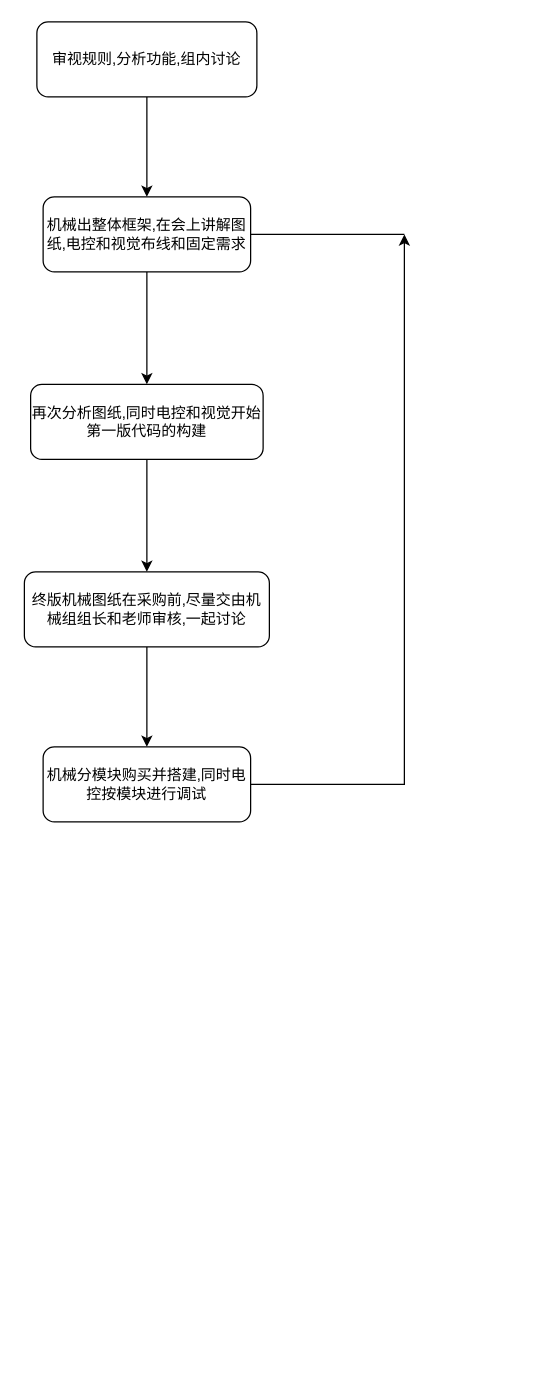
Above: 哨兵(左云台)/YAM-Sentry（无继电器）/user/哨兵设计流程.drawio in FFFcomewhere/RM_sentinel (draw.io), before the change. Source tidied: cells renumbered, new cells numbered last; positions are measured from the earlier drawing's top-left corner, leaving out a move shared by most shapes. Both pictures are drawn from the tidied source at 125%, with x=0, y=0 at pixel (24, 21).
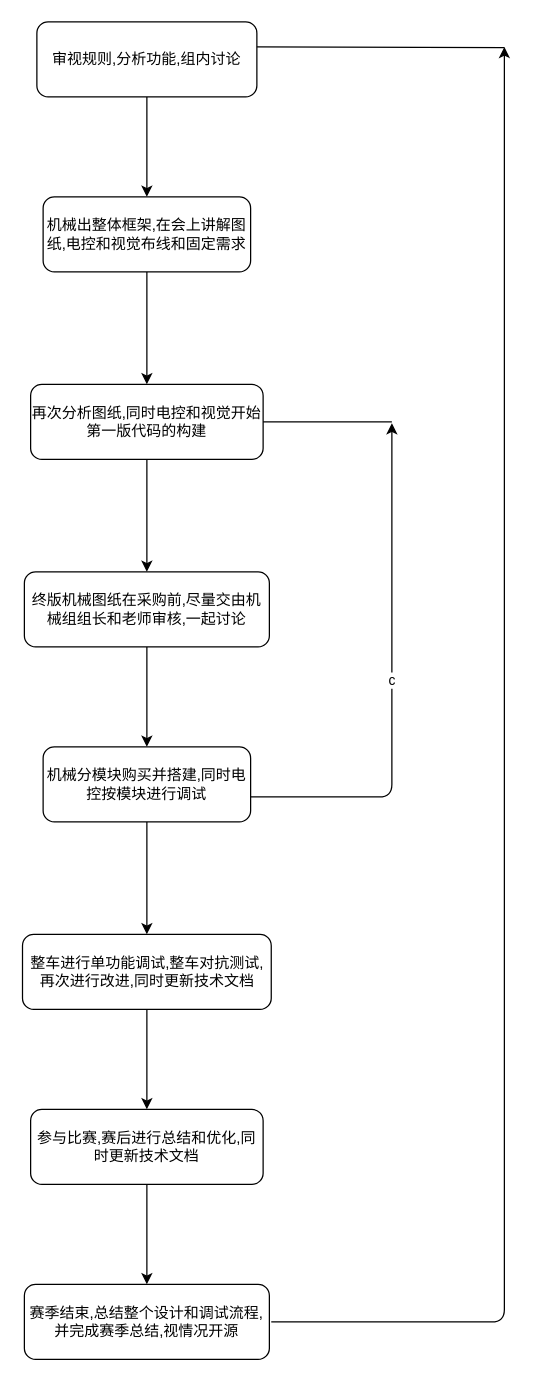
After the change.

Commit message (it also covers changes not shown here):
Update 哨兵设计流程.drawio

The change refers to these unchanged cells:
```xml
<mxCell id="9" value="机械分模块购买并搭建,同时电控按模块进行调试" style="whiteSpace=wrap;html=1;rounded=1;" parent="1" vertex="1">
  <mxGeometry x="15" y="580" width="166" height="60" as="geometry" />
</mxCell>
```

The edit, as a diff of the source:
```diff
@@
-    <mxCell id="8" style="edgeStyle=orthogonalEdgeStyle;rounded=0;jettySize=auto;html=1;" parent="1" edge="1" source="9">
-      <mxGeometry relative="1" as="geometry">
-        <mxPoint x="304" y="170" as="targetPoint" />
-        <Array as="points">
-          <mxPoint x="304" y="610" />
-        </Array>
-      </mxGeometry>
-    </mxCell>
+    <mxCell id="13" style="edgeStyle=orthogonalEdgeStyle;rounded=0;jettySize=auto;html=1;" parent="1" edge="1" source="9" target="17">
+      <mxGeometry relative="1" as="geometry" />
+    </mxCell>
@@
-    <mxCell id="12" style="endArrow=none;html=1;" parent="1" edge="1">
-      <mxGeometry relative="1" as="geometry">
-        <mxPoint x="181" y="170" as="sourcePoint" />
-        <mxPoint x="304" y="170" as="targetPoint" />
-      </mxGeometry>
-    </mxCell>
+    <mxCell id="14" value="c" style="edgeStyle=segmentEdgeStyle;endArrow=classic;html=1;" parent="1" edge="1">
+      <mxGeometry relative="1" as="geometry">
+        <mxPoint x="181" y="620" as="sourcePoint" />
+        <mxPoint x="294" y="321" as="targetPoint" />
+      </mxGeometry>
+    </mxCell>
+    <mxCell id="15" style="endArrow=none;html=1;" parent="1" edge="1">
+      <mxGeometry relative="1" as="geometry">
+        <mxPoint x="191" y="320" as="sourcePoint" />
+        <mxPoint x="294" y="320" as="targetPoint" />
+      </mxGeometry>
+    </mxCell>
+    <mxCell id="16" style="edgeStyle=orthogonalEdgeStyle;rounded=0;jettySize=auto;html=1;" parent="1" edge="1" source="17" target="19">
+      <mxGeometry relative="1" as="geometry" />
+    </mxCell>
+    <mxCell id="17" value="整车进行单功能调试,整车对抗测试,再次进行改进,同时更新技术文档" style="whiteSpace=wrap;html=1;rounded=1;" parent="1" vertex="1">
+      <mxGeometry x="-1.5" y="730" width="199" height="60" as="geometry" />
+    </mxCell>
+    <mxCell id="18" style="edgeStyle=orthogonalEdgeStyle;rounded=0;jettySize=auto;html=1;" parent="1" edge="1" source="19" target="20">
+      <mxGeometry relative="1" as="geometry" />
+    </mxCell>
+    <mxCell id="19" value="参与比赛,赛后进行总结和优化,同时更新技术文档" style="whiteSpace=wrap;html=1;rounded=1;" parent="1" vertex="1">
+      <mxGeometry x="5" y="870" width="186" height="60" as="geometry" />
+    </mxCell>
+    <mxCell id="20" value="赛季结束,总结整个设计和调试流程,并完成赛季总结,视情况开源" style="whiteSpace=wrap;html=1;rounded=1;" parent="1" vertex="1">
+      <mxGeometry y="1010" width="196" height="60" as="geometry" />
+    </mxCell>
+    <mxCell id="21" style="edgeStyle=segmentEdgeStyle;endArrow=classic;html=1;" parent="1" edge="1">
+      <mxGeometry relative="1" as="geometry">
+        <mxPoint x="197.5" y="1040" as="sourcePoint" />
+        <mxPoint x="384" y="20" as="targetPoint" />
+      </mxGeometry>
+    </mxCell>
+    <mxCell id="22" style="endArrow=none;html=1;" parent="1" edge="1">
+      <mxGeometry relative="1" as="geometry">
+        <mxPoint x="186" y="20" as="sourcePoint" />
+        <mxPoint x="384" y="20.5" as="targetPoint" />
+      </mxGeometry>
+    </mxCell>
```
